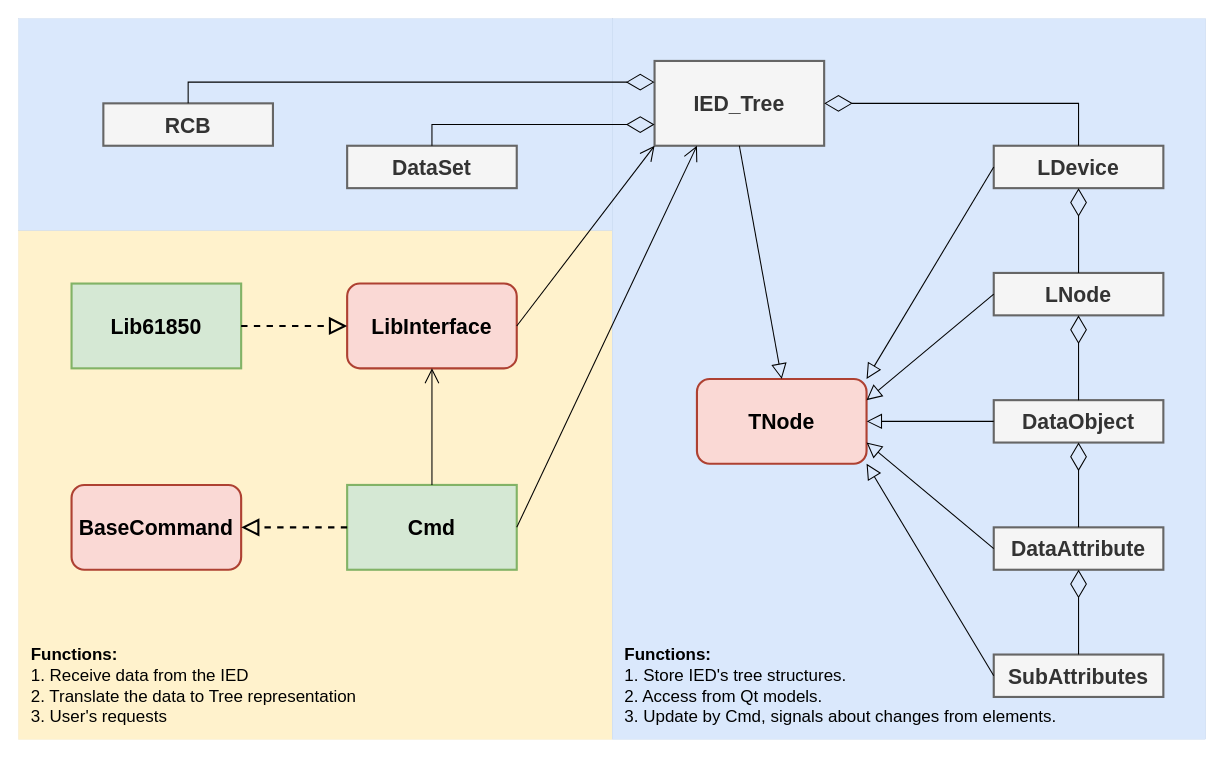
Before: page "OOD" (11 of 11) of docs/Architecture.drawio in Rustam12345m/IEDClient, a draw.io diagram. Source tidied: cells renumbered, new cells numbered last; positions are measured from the earlier drawing's top-left corner, leaving out a move shared by most shapes. Both pictures are drawn from the tidied source at 106%, with x=0, y=0 at pixel (18, 18).
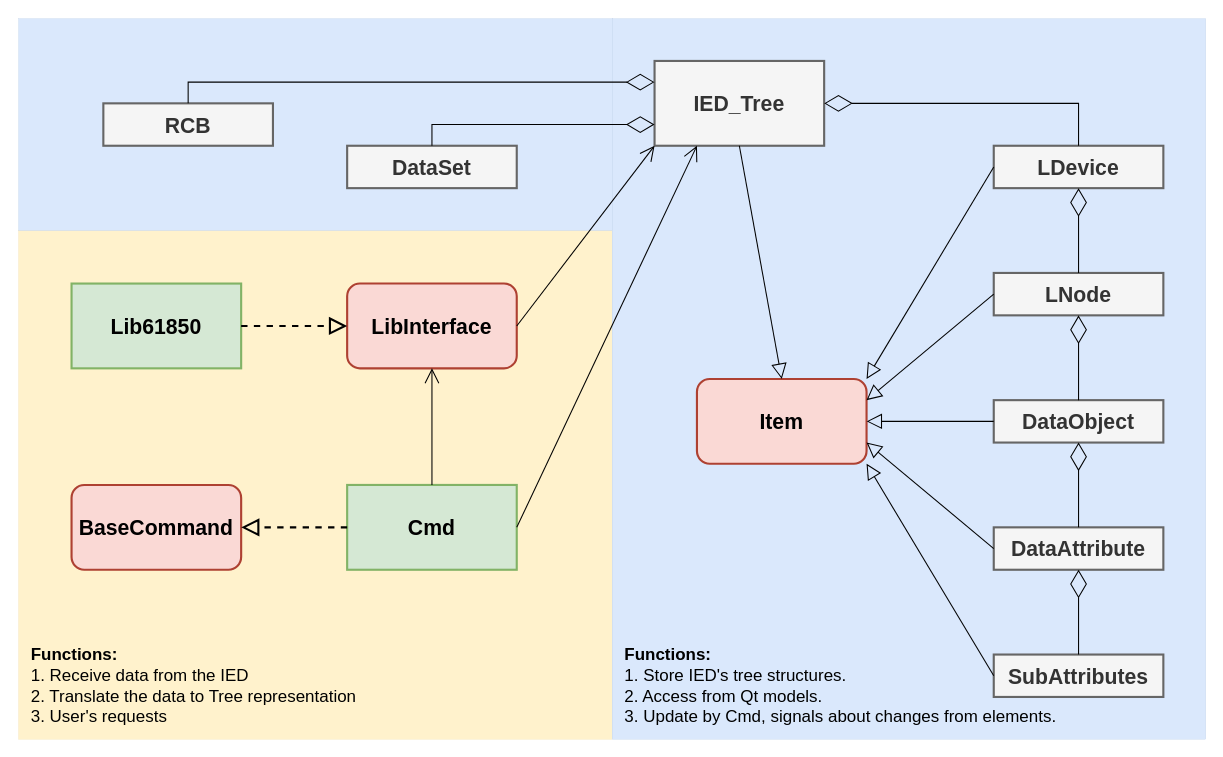
Above is the later version.

Diff of the diagram source:
```diff
@@
-    <mxCell id="13" value="TNode" style="rounded=1;whiteSpace=wrap;html=1;fontSize=20;fontStyle=1;strokeWidth=2;glass=0;shadow=0;fillColor=#fad9d5;strokeColor=#ae4132;" parent="1" vertex="1">
+    <mxCell id="13" value="Item" style="rounded=1;whiteSpace=wrap;html=1;fontSize=20;fontStyle=1;strokeWidth=2;glass=0;shadow=0;fillColor=#fad9d5;strokeColor=#ae4132;" parent="1" vertex="1">
       <mxGeometry x="640" y="340" width="160" height="80" as="geometry" />
     </mxCell>
```
